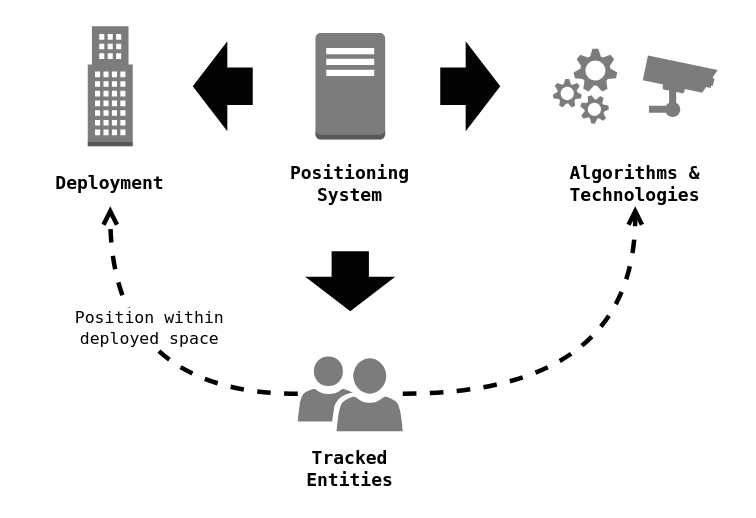
Before: page "Page-3" (3 of 4) of docs/images/architecture.drawio in OpenHPS/POSO, a draw.io diagram. Source tidied: cells renumbered, new cells numbered last; positions are measured from the earlier drawing's top-left corner, leaving out a move shared by most shapes. Both pictures are drawn from the tidied source at 150%, with x=0, y=0 at pixel (42, 26).
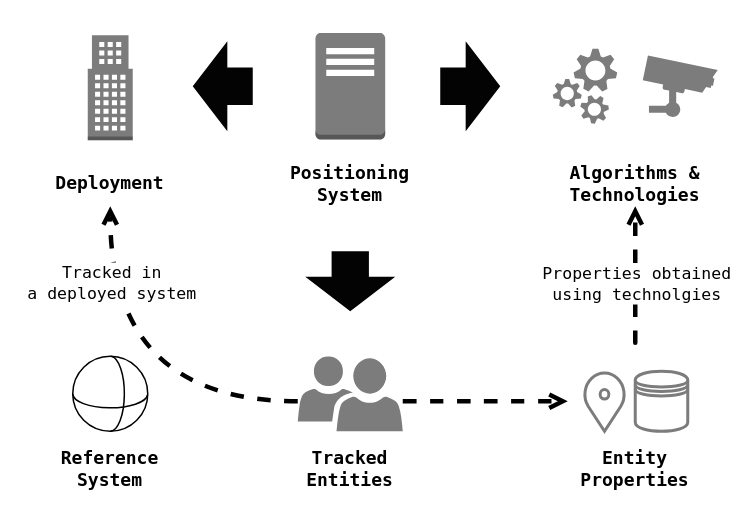
The same page after the edit.

Unchanged cells that the change refers to:
```xml
<mxCell id="3" value="Algorithms &amp;amp; Technologies" style="text;html=1;strokeColor=none;fillColor=none;align=center;verticalAlign=middle;whiteSpace=wrap;rounded=0;fontFamily=Lucida Console;fontStyle=1;" parent="1" vertex="1">
  <mxGeometry x="340" y="90" width="110" height="30" as="geometry" />
</mxCell>
<mxCell id="8" value="&lt;b&gt;Deployment&lt;/b&gt;" style="text;html=1;strokeColor=none;fillColor=none;align=center;verticalAlign=middle;whiteSpace=wrap;rounded=0;fontFamily=Lucida Console;" parent="1" vertex="1">
  <mxGeometry y="90" width="90" height="30" as="geometry" />
</mxCell>
<mxCell id="14" style="sketch=0;shadow=0;dashed=0;html=1;strokeColor=none;labelPosition=center;verticalLabelPosition=bottom;verticalAlign=top;align=center;fillColor=#7c7c7c;shape=mxgraph.mscae.intune.user_group;fontFamily=Lucida Console;" parent="1" vertex="1">
  <mxGeometry x="170" y="220" width="70" height="50" as="geometry" />
</mxCell>
```

What changed in the source:
```diff
@@
     <mxCell id="2" style="dashed=0;verticalLabelPosition=bottom;verticalAlign=top;align=center;html=1;shape=mxgraph.aws3.office_building;fillColor=#7D7C7C;gradientColor=none;fontFamily=Lucida Console;strokeColor=default;" parent="1" vertex="1">
-      <mxGeometry x="30" width="30" height="80" as="geometry" />
+      <mxGeometry x="30" y="6" width="30" height="70" as="geometry" />
     </mxCell>
@@
-    <mxCell id="11" style="edgeStyle=orthogonalEdgeStyle;rounded=0;jettySize=auto;html=1;entryX=0.5;entryY=1;entryDx=0;entryDy=0;fontFamily=Lucida Console;curved=1;strokeWidth=3;dashed=1;endArrow=open;endFill=0;" parent="1" edge="1" source="14" target="3">
-      <mxGeometry relative="1" as="geometry" />
+    <mxCell id="11" style="edgeStyle=orthogonalEdgeStyle;rounded=0;jettySize=auto;html=1;entryX=0.5;entryY=1;entryDx=0;entryDy=0;fontFamily=Lucida Console;curved=1;strokeWidth=3;dashed=1;endArrow=open;endFill=0;" parent="1" edge="1" target="3">
+      <mxGeometry relative="1" as="geometry">
+        <mxPoint x="395" y="210" as="sourcePoint" />
+        <Array as="points">
+          <mxPoint x="395" y="220" />
+        </Array>
+      </mxGeometry>
     </mxCell>
+    <mxCell id="17" value="Properties obtained&lt;br&gt;using technolgies" style="edgeLabel;html=1;align=center;verticalAlign=middle;fontFamily=Lucida Console;" parent="11" vertex="1">
+      <mxGeometry x="0.48" y="27" relative="1" as="geometry">
+        <mxPoint x="27" y="22" as="offset" />
+      </mxGeometry>
+    </mxCell>
     <mxCell id="12" style="edgeStyle=orthogonalEdgeStyle;rounded=0;jettySize=auto;html=1;entryX=0.5;entryY=1;entryDx=0;entryDy=0;fontFamily=Lucida Console;curved=1;strokeWidth=3;dashed=1;endArrow=open;endFill=0;" parent="1" edge="1" source="14" target="8">
-      <mxGeometry relative="1" as="geometry" />
+      <mxGeometry relative="1" as="geometry">
+        <Array as="points">
+          <mxPoint x="45" y="250" />
+        </Array>
+      </mxGeometry>
     </mxCell>
-    <mxCell id="13" value="Position within&lt;br&gt;deployed space" style="edgeLabel;html=1;align=center;verticalAlign=middle;fontFamily=Lucida Console;" parent="12" vertex="1">
+    <mxCell id="13" value="Tracked in&lt;br&gt;a deployed system" style="edgeLabel;html=1;align=center;verticalAlign=middle;fontFamily=Lucida Console;" parent="12" vertex="1">
       <mxGeometry x="0.32" y="-21" relative="1" as="geometry">
-        <mxPoint x="4" y="-5" as="offset" />
+        <mxPoint x="-21" y="-37" as="offset" />
       </mxGeometry>
     </mxCell>
@@
+    <mxCell id="18" style="html=1;verticalLabelPosition=bottom;align=center;labelBackgroundColor=#ffffff;verticalAlign=top;strokeWidth=2;strokeColor=#7C7C7C;shadow=0;dashed=0;shape=mxgraph.ios7.icons.location;fillColor=none;" parent="1" vertex="1">
+      <mxGeometry x="360" y="230" width="29" height="40" as="geometry" />
+    </mxCell>
+    <mxCell id="19" style="shape=datastore;whiteSpace=wrap;html=1;strokeColor=#7C7C7C;fillColor=none;strokeWidth=2;" parent="1" vertex="1">
+      <mxGeometry x="395" y="230" width="35" height="40" as="geometry" />
+    </mxCell>
+    <mxCell id="20" value="&lt;b&gt;Entity Properties&lt;/b&gt;" style="text;html=1;strokeColor=none;fillColor=none;align=center;verticalAlign=middle;whiteSpace=wrap;rounded=0;fontFamily=Lucida Console;" parent="1" vertex="1">
+      <mxGeometry x="350" y="280" width="90" height="30" as="geometry" />
+    </mxCell>
+    <mxCell id="21" style="edgeStyle=orthogonalEdgeStyle;rounded=0;orthogonalLoop=1;jettySize=auto;html=1;fontFamily=Lucida Console;curved=1;strokeWidth=3;dashed=1;endArrow=open;endFill=0;" parent="1" edge="1">
+      <mxGeometry relative="1" as="geometry">
+        <mxPoint x="240" y="250" as="sourcePoint" />
+        <mxPoint x="350" y="250" as="targetPoint" />
+        <Array as="points">
+          <mxPoint x="300" y="250" />
+          <mxPoint x="300" y="250" />
+        </Array>
+      </mxGeometry>
+    </mxCell>
+    <mxCell id="22" value="&lt;b&gt;Reference&lt;br&gt;System&lt;br&gt;&lt;/b&gt;" style="text;html=1;strokeColor=none;fillColor=none;align=center;verticalAlign=middle;whiteSpace=wrap;rounded=0;fontFamily=Lucida Console;" parent="1" vertex="1">
+      <mxGeometry y="280" width="90" height="30" as="geometry" />
+    </mxCell>
+    <mxCell id="23" style="group;" parent="1" vertex="1">
+      <mxGeometry x="20" y="220" width="50" height="50" as="geometry" />
+    </mxCell>
+    <mxCell id="24" style="ellipse;whiteSpace=wrap;html=1;" parent="23" vertex="1">
+      <mxGeometry width="50" height="50" as="geometry" />
+    </mxCell>
+    <mxCell id="25" style="verticalLabelPosition=bottom;verticalAlign=top;html=1;shape=mxgraph.basic.arc;startAngle=0.011122702613081634;endAngle=0.4984085036175459;" parent="23" vertex="1">
+      <mxGeometry x="15.6" width="18.8" height="50" as="geometry" />
+    </mxCell>
+    <mxCell id="26" style="verticalLabelPosition=bottom;verticalAlign=top;html=1;shape=mxgraph.basic.arc;startAngle=0.011122702613081634;endAngle=0.4984085036175459;rotation=90;" parent="23" vertex="1">
+      <mxGeometry x="15.6" width="18.8" height="50" as="geometry" />
+    </mxCell>
```
